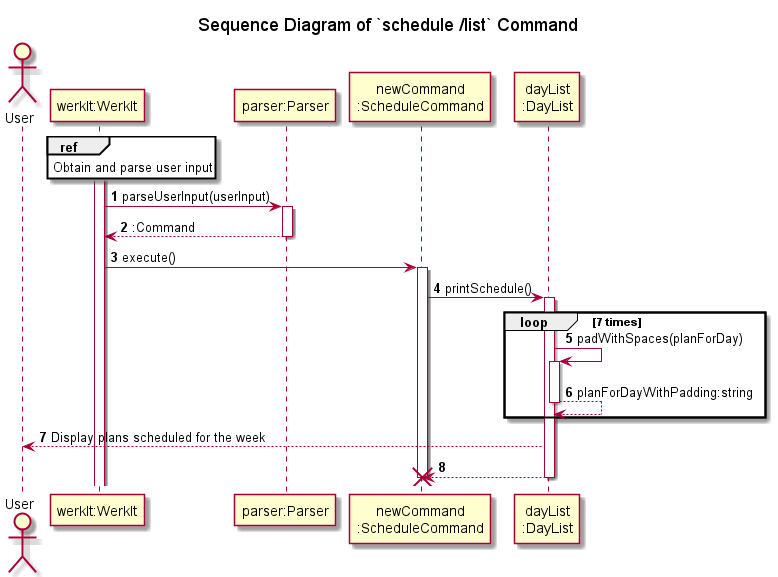
Before: docs/uml/sequenceDiagrams/schedule/images/listSchedule.png, a diagram exported from PlantUML (nus-cs2113-AY2122S2/tp).
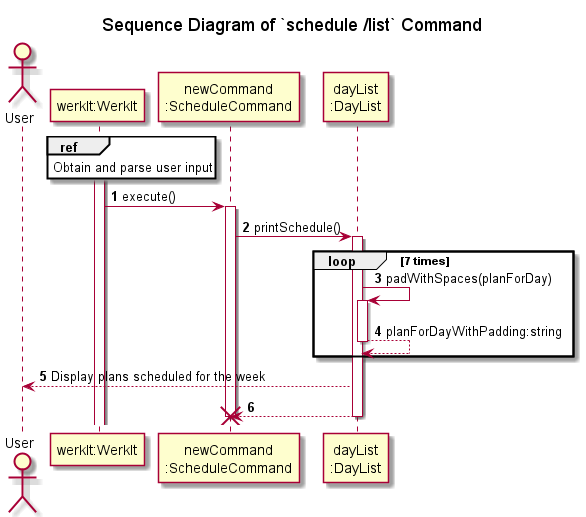
The same diagram one commit later.

Commit message:
update the DG with latest info on schedule features

The edit, as a diff of the source:
```diff
@@ -7,7 +7,6 @@
 
 actor   User
 participant "werkIt:WerkIt" AS WerkIt
-participant "parser:Parser" AS Parser
 participant "newCommand\n:ScheduleCommand" AS newCommand
 participant "dayList\n:DayList" AS DayList
 
@@ -16,11 +15,6 @@
 ref over WerkIt
 Obtain and parse user input
 end
-
-WerkIt -> Parser : parseUserInput(userInput)
-activate Parser
-WerkIt <-- Parser : :Command
-deactivate Parser
 
 WerkIt -> newCommand : execute()
 activate newCommand
```
